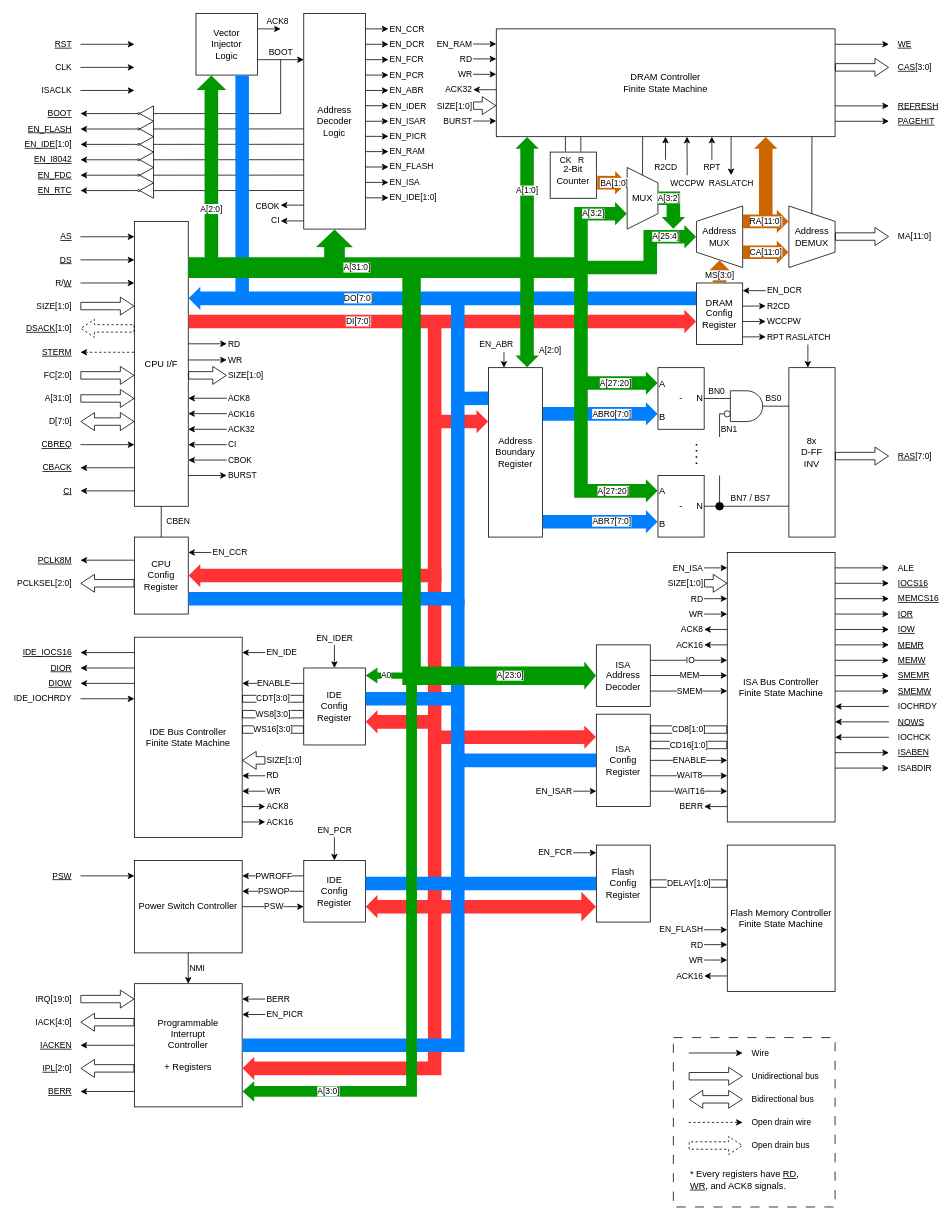
Above: SCU Functional Block Diagram.drawio in ehbc-project/ehbc-project.github.io (draw.io), before the change. Source tidied: cells renumbered, new cells numbered last; positions are measured from the earlier drawing's top-left corner, leaving out a move shared by most shapes. Both pictures are drawn from the tidied source at 77%, with x=0, y=0 at pixel (80, 13).
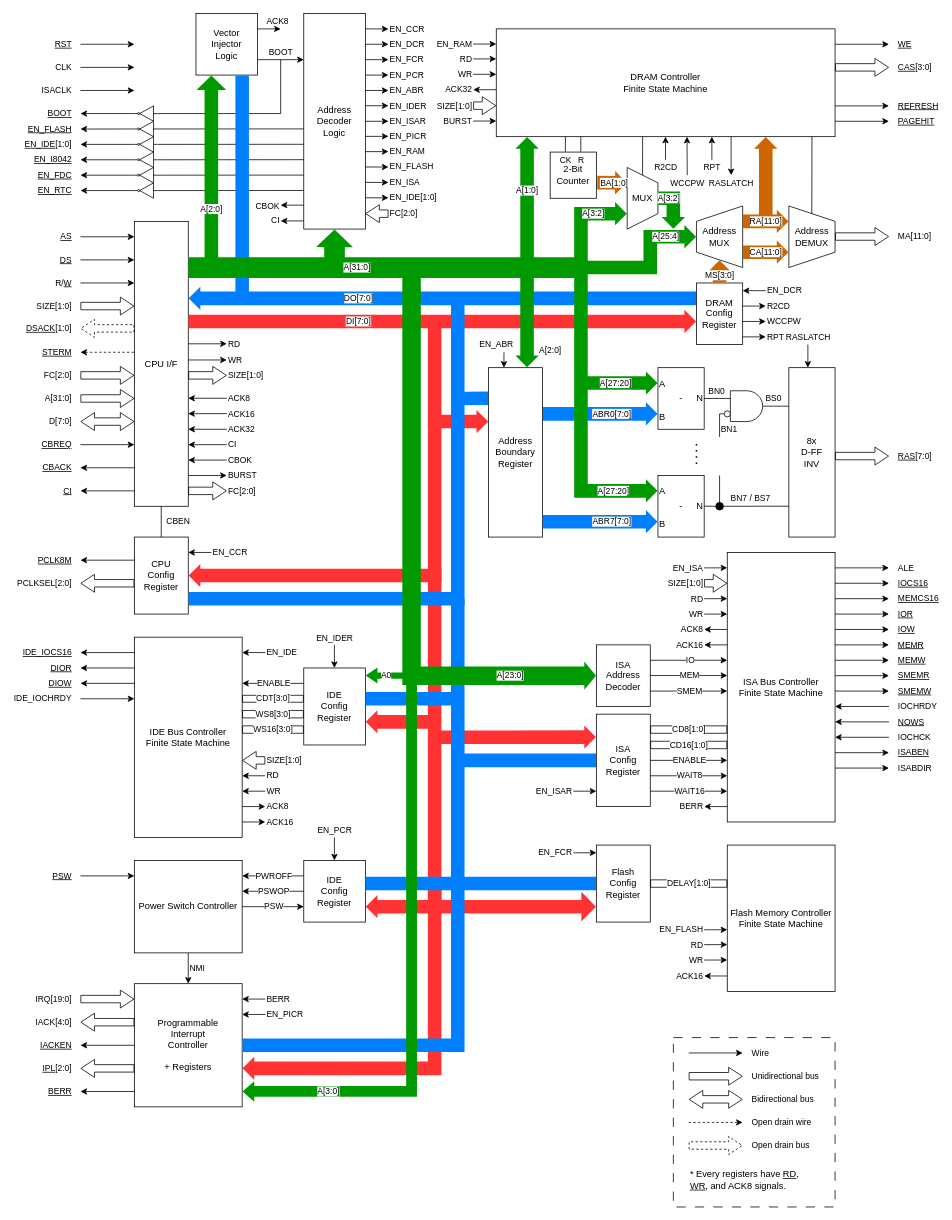
The same page after the edit.

What changed in the source:
```diff
@@
+    <mxCell id="242" value="FC[2:0]" style="shape=flexArrow;endArrow=classic;html=1;rounded=0;width=9.655172413793103;endSize=5.565517241379311;align=left;labelPosition=left;verticalLabelPosition=middle;verticalAlign=middle;spacingLeft=0;spacingRight=0;endWidth=12.651605231866826;" parent="1" edge="1">
+      <mxGeometry x="1" relative="1" as="geometry">
+        <mxPoint x="140" y="620" as="sourcePoint" />
+        <mxPoint x="190" y="620" as="targetPoint" />
+      </mxGeometry>
+    </mxCell>
+    <mxCell id="243" value="FC[2:0]" style="shape=flexArrow;endArrow=none;html=1;rounded=0;width=9.655172413793103;endSize=5.565517241379311;align=left;labelPosition=left;verticalLabelPosition=middle;verticalAlign=middle;spacingLeft=0;spacingRight=0;endWidth=12.651605231866826;startArrow=block;endFill=0;startWidth=12.651605231866826;startSize=5.565517241379311;" parent="1" edge="1">
+      <mxGeometry x="1" relative="1" as="geometry">
+        <mxPoint x="370" y="260" as="sourcePoint" />
+        <mxPoint x="400" y="260" as="targetPoint" />
+      </mxGeometry>
+    </mxCell>
```
